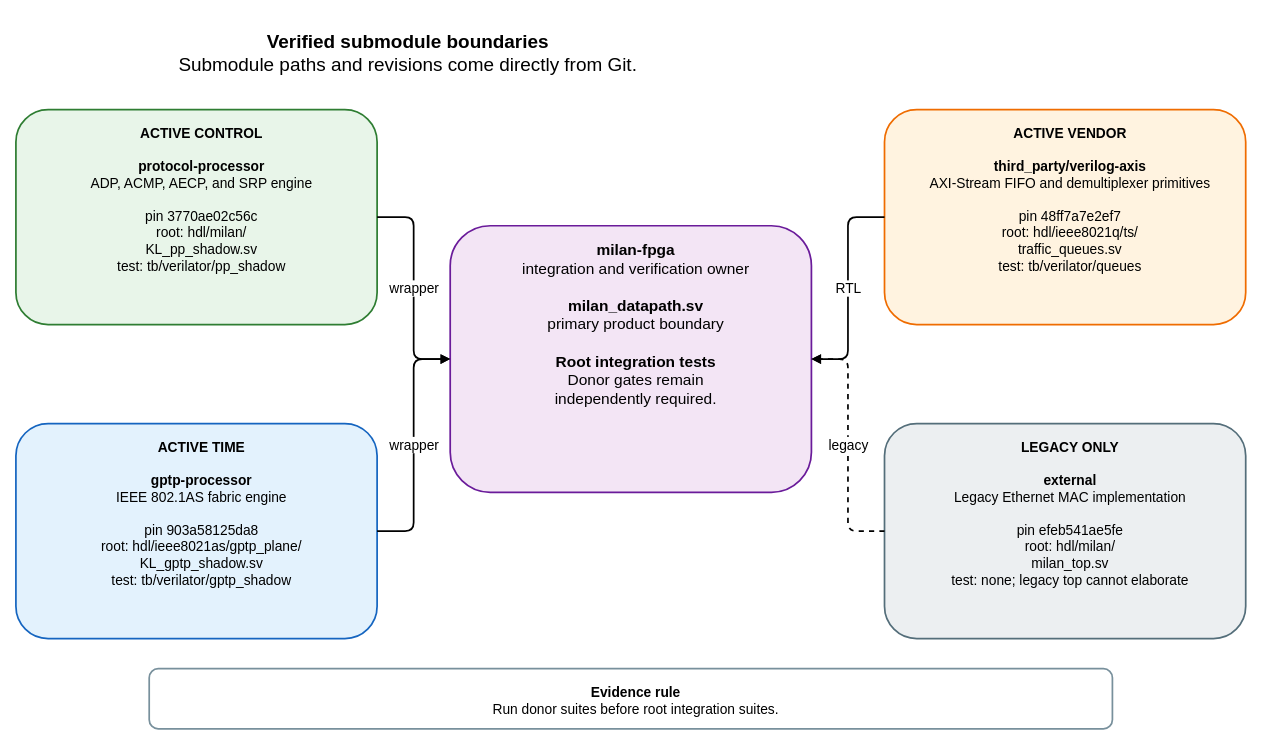
This is docs/diagrams/submodule_boundaries.drawio from kebag-logic/milan-fpga, a draw.io file, before an edit. Source tidied: cells renumbered, new cells numbered last; positions are measured from the earlier drawing's top-left corner, leaving out a move shared by most shapes. Both pictures are drawn from the tidied source at 86%, with x=0, y=0 at pixel (15, 15).
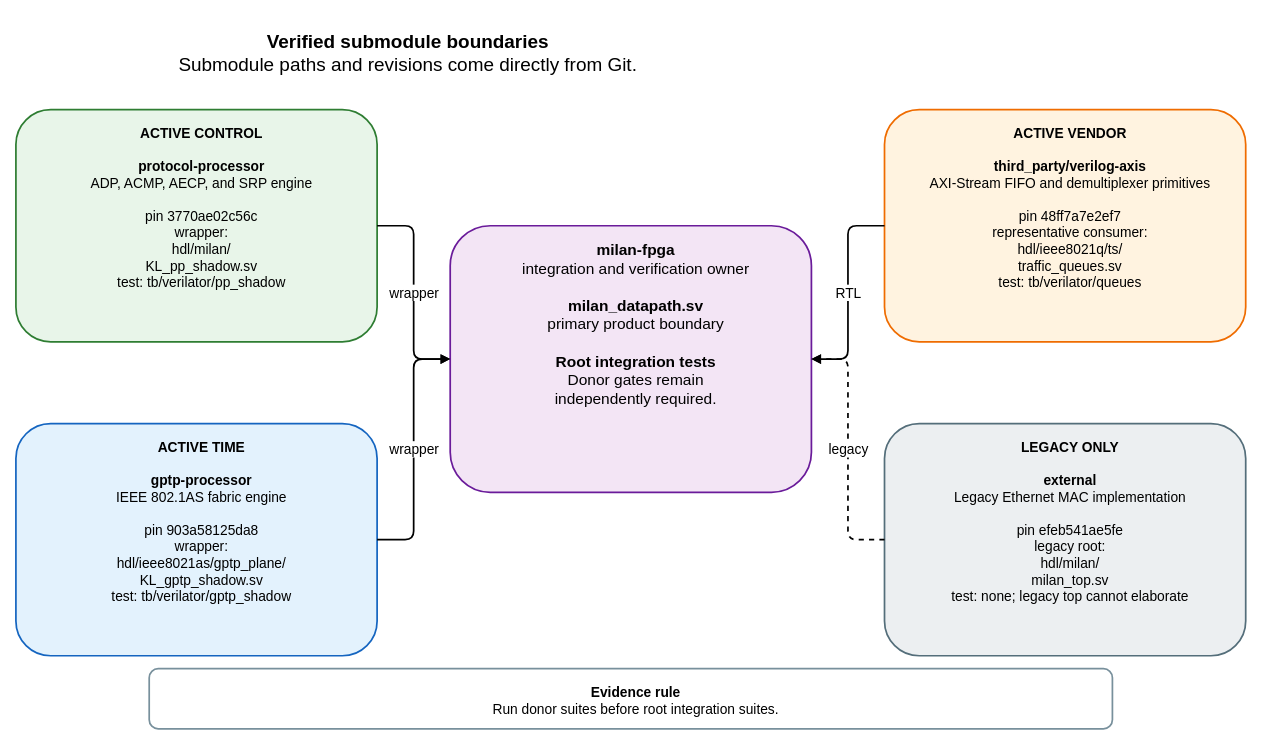
Above is the later version.

Change to the diagram source:
```diff
@@
 <mxGraphModel>
   <root>
     <mxCell id="0" />
     <mxCell id="1" parent="0" />
     <mxCell id="2" value="&lt;b&gt;Verified submodule boundaries&lt;/b&gt;&lt;br&gt;Submodule paths and revisions come directly from Git." style="rounded=1;whiteSpace=wrap;html=1;verticalAlign=top;spacingTop=12;spacingLeft=12;fontSize=22;fontFamily=Helvetica;fillColor=none;strokeColor=none;strokeWidth=2;" parent="1" vertex="1">
       <mxGeometry width="900" height="65" as="geometry" />
     </mxCell>
     <mxCell id="3" value="&lt;b&gt;milan-fpga&lt;/b&gt;&lt;br&gt;integration and verification owner&lt;br&gt;&lt;br&gt;&lt;b&gt;milan_datapath.sv&lt;/b&gt;&lt;br&gt;primary product boundary&lt;br&gt;&lt;br&gt;&lt;b&gt;Root integration tests&lt;/b&gt;&lt;br&gt;Donor gates remain&lt;br&gt;independently required." style="rounded=1;whiteSpace=wrap;html=1;verticalAlign=top;spacingTop=12;spacingLeft=12;fontSize=18;fontFamily=Helvetica;fillColor=#F3E5F5;strokeColor=#6A1B9A;strokeWidth=2;" parent="1" vertex="1">
       <mxGeometry x="505" y="245" width="420" height="310" as="geometry" />
     </mxCell>
-    <mxCell id="4" value="&lt;b&gt;ACTIVE CONTROL&lt;/b&gt;&lt;br&gt;&lt;br&gt;&lt;b&gt;protocol-processor&lt;/b&gt;&lt;br&gt;ADP, ACMP, AECP, and SRP engine&lt;br&gt;&lt;br&gt;pin 3770ae02c56c&lt;br&gt;root: hdl/milan/&lt;br&gt;KL_pp_shadow.sv&lt;br&gt;test: tb/verilator/pp_shadow" style="rounded=1;whiteSpace=wrap;html=1;verticalAlign=top;spacingTop=12;spacingLeft=12;fontSize=16;fontFamily=Helvetica;fillColor=#E8F5E9;strokeColor=#2E7D32;strokeWidth=2;" parent="1" vertex="1">
-      <mxGeometry y="110" width="420" height="250" as="geometry" />
+    <mxCell id="4" value="&lt;b&gt;ACTIVE CONTROL&lt;/b&gt;&lt;br&gt;&lt;br&gt;&lt;b&gt;protocol-processor&lt;/b&gt;&lt;br&gt;ADP, ACMP, AECP, and SRP engine&lt;br&gt;&lt;br&gt;pin 3770ae02c56c&lt;br&gt;wrapper:&lt;br&gt;hdl/milan/&lt;br&gt;KL_pp_shadow.sv&lt;br&gt;test: tb/verilator/pp_shadow" style="rounded=1;whiteSpace=wrap;html=1;verticalAlign=top;spacingTop=12;spacingLeft=12;fontSize=16;fontFamily=Helvetica;fillColor=#E8F5E9;strokeColor=#2E7D32;strokeWidth=2;" parent="1" vertex="1">
+      <mxGeometry y="110" width="420" height="270" as="geometry" />
     </mxCell>
-    <mxCell id="5" value="&lt;b&gt;ACTIVE TIME&lt;/b&gt;&lt;br&gt;&lt;br&gt;&lt;b&gt;gptp-processor&lt;/b&gt;&lt;br&gt;IEEE 802.1AS fabric engine&lt;br&gt;&lt;br&gt;pin 903a58125da8&lt;br&gt;root: hdl/ieee8021as/gptp_plane/&lt;br&gt;KL_gptp_shadow.sv&lt;br&gt;test: tb/verilator/gptp_shadow" style="rounded=1;whiteSpace=wrap;html=1;verticalAlign=top;spacingTop=12;spacingLeft=12;fontSize=16;fontFamily=Helvetica;fillColor=#E3F2FD;strokeColor=#1565C0;strokeWidth=2;" parent="1" vertex="1">
-      <mxGeometry y="475" width="420" height="250" as="geometry" />
+    <mxCell id="5" value="&lt;b&gt;ACTIVE TIME&lt;/b&gt;&lt;br&gt;&lt;br&gt;&lt;b&gt;gptp-processor&lt;/b&gt;&lt;br&gt;IEEE 802.1AS fabric engine&lt;br&gt;&lt;br&gt;pin 903a58125da8&lt;br&gt;wrapper:&lt;br&gt;hdl/ieee8021as/gptp_plane/&lt;br&gt;KL_gptp_shadow.sv&lt;br&gt;test: tb/verilator/gptp_shadow" style="rounded=1;whiteSpace=wrap;html=1;verticalAlign=top;spacingTop=12;spacingLeft=12;fontSize=16;fontFamily=Helvetica;fillColor=#E3F2FD;strokeColor=#1565C0;strokeWidth=2;" parent="1" vertex="1">
+      <mxGeometry y="475" width="420" height="270" as="geometry" />
     </mxCell>
-    <mxCell id="6" value="&lt;b&gt;ACTIVE VENDOR&lt;/b&gt;&lt;br&gt;&lt;br&gt;&lt;b&gt;third_party/verilog-axis&lt;/b&gt;&lt;br&gt;AXI-Stream FIFO and demultiplexer primitives&lt;br&gt;&lt;br&gt;pin 48ff7a7e2ef7&lt;br&gt;root: hdl/ieee8021q/ts/&lt;br&gt;traffic_queues.sv&lt;br&gt;test: tb/verilator/queues" style="rounded=1;whiteSpace=wrap;html=1;verticalAlign=top;spacingTop=12;spacingLeft=12;fontSize=16;fontFamily=Helvetica;fillColor=#FFF3E0;strokeColor=#EF6C00;strokeWidth=2;" parent="1" vertex="1">
-      <mxGeometry x="1010" y="110" width="420" height="250" as="geometry" />
+    <mxCell id="6" value="&lt;b&gt;ACTIVE VENDOR&lt;/b&gt;&lt;br&gt;&lt;br&gt;&lt;b&gt;third_party/verilog-axis&lt;/b&gt;&lt;br&gt;AXI-Stream FIFO and demultiplexer primitives&lt;br&gt;&lt;br&gt;pin 48ff7a7e2ef7&lt;br&gt;representative consumer:&lt;br&gt;hdl/ieee8021q/ts/&lt;br&gt;traffic_queues.sv&lt;br&gt;test: tb/verilator/queues" style="rounded=1;whiteSpace=wrap;html=1;verticalAlign=top;spacingTop=12;spacingLeft=12;fontSize=16;fontFamily=Helvetica;fillColor=#FFF3E0;strokeColor=#EF6C00;strokeWidth=2;" parent="1" vertex="1">
+      <mxGeometry x="1010" y="110" width="420" height="270" as="geometry" />
     </mxCell>
-    <mxCell id="7" value="&lt;b&gt;LEGACY ONLY&lt;/b&gt;&lt;br&gt;&lt;br&gt;&lt;b&gt;external&lt;/b&gt;&lt;br&gt;Legacy Ethernet MAC implementation&lt;br&gt;&lt;br&gt;pin efeb541ae5fe&lt;br&gt;root: hdl/milan/&lt;br&gt;milan_top.sv&lt;br&gt;test: none; legacy top cannot elaborate" style="rounded=1;whiteSpace=wrap;html=1;verticalAlign=top;spacingTop=12;spacingLeft=12;fontSize=16;fontFamily=Helvetica;fillColor=#ECEFF1;strokeColor=#546E7A;strokeWidth=2;" parent="1" vertex="1">
-      <mxGeometry x="1010" y="475" width="420" height="250" as="geometry" />
+    <mxCell id="7" value="&lt;b&gt;LEGACY ONLY&lt;/b&gt;&lt;br&gt;&lt;br&gt;&lt;b&gt;external&lt;/b&gt;&lt;br&gt;Legacy Ethernet MAC implementation&lt;br&gt;&lt;br&gt;pin efeb541ae5fe&lt;br&gt;legacy root:&lt;br&gt;hdl/milan/&lt;br&gt;milan_top.sv&lt;br&gt;test: none; legacy top cannot elaborate" style="rounded=1;whiteSpace=wrap;html=1;verticalAlign=top;spacingTop=12;spacingLeft=12;fontSize=16;fontFamily=Helvetica;fillColor=#ECEFF1;strokeColor=#546E7A;strokeWidth=2;" parent="1" vertex="1">
+      <mxGeometry x="1010" y="475" width="420" height="270" as="geometry" />
     </mxCell>
     <mxCell id="8" value="wrapper" style="edgeStyle=orthogonalEdgeStyle;rounded=1;jettySize=auto;html=1;endArrow=block;endFill=1;strokeWidth=2;fontSize=16;fontFamily=Helvetica;labelBackgroundColor=#FFFFFF;" parent="1" edge="1" source="4" target="3">
       <mxGeometry relative="1" as="geometry" />
     </mxCell>
     <mxCell id="9" value="wrapper" style="edgeStyle=orthogonalEdgeStyle;rounded=1;jettySize=auto;html=1;endArrow=block;endFill=1;strokeWidth=2;fontSize=16;fontFamily=Helvetica;labelBackgroundColor=#FFFFFF;" parent="1" edge="1" source="5" target="3">
       <mxGeometry relative="1" as="geometry" />
     </mxCell>
     <mxCell id="10" value="RTL" style="edgeStyle=orthogonalEdgeStyle;rounded=1;jettySize=auto;html=1;endArrow=block;endFill=1;strokeWidth=2;fontSize=16;fontFamily=Helvetica;labelBackgroundColor=#FFFFFF;" parent="1" edge="1" source="6" target="3">
       <mxGeometry relative="1" as="geometry" />
     </mxCell>
     <mxCell id="11" value="legacy" style="edgeStyle=orthogonalEdgeStyle;rounded=1;jettySize=auto;html=1;endArrow=block;endFill=1;strokeWidth=2;fontSize=16;fontFamily=Helvetica;labelBackgroundColor=#FFFFFF;dashed=1;" parent="1" edge="1" source="7" target="3">
       <mxGeometry relative="1" as="geometry" />
     </mxCell>
     <mxCell id="12" value="&lt;b&gt;Evidence rule&lt;/b&gt;&lt;br&gt;Run donor suites before root integration suites." style="rounded=1;whiteSpace=wrap;html=1;verticalAlign=top;spacingTop=12;spacingLeft=12;fontSize=16;fontFamily=Helvetica;fillColor=#FFFFFF;strokeColor=#78909C;strokeWidth=2;" parent="1" vertex="1">
       <mxGeometry x="155" y="760" width="1120" height="70" as="geometry" />
     </mxCell>
   </root>
 </mxGraphModel>
```
